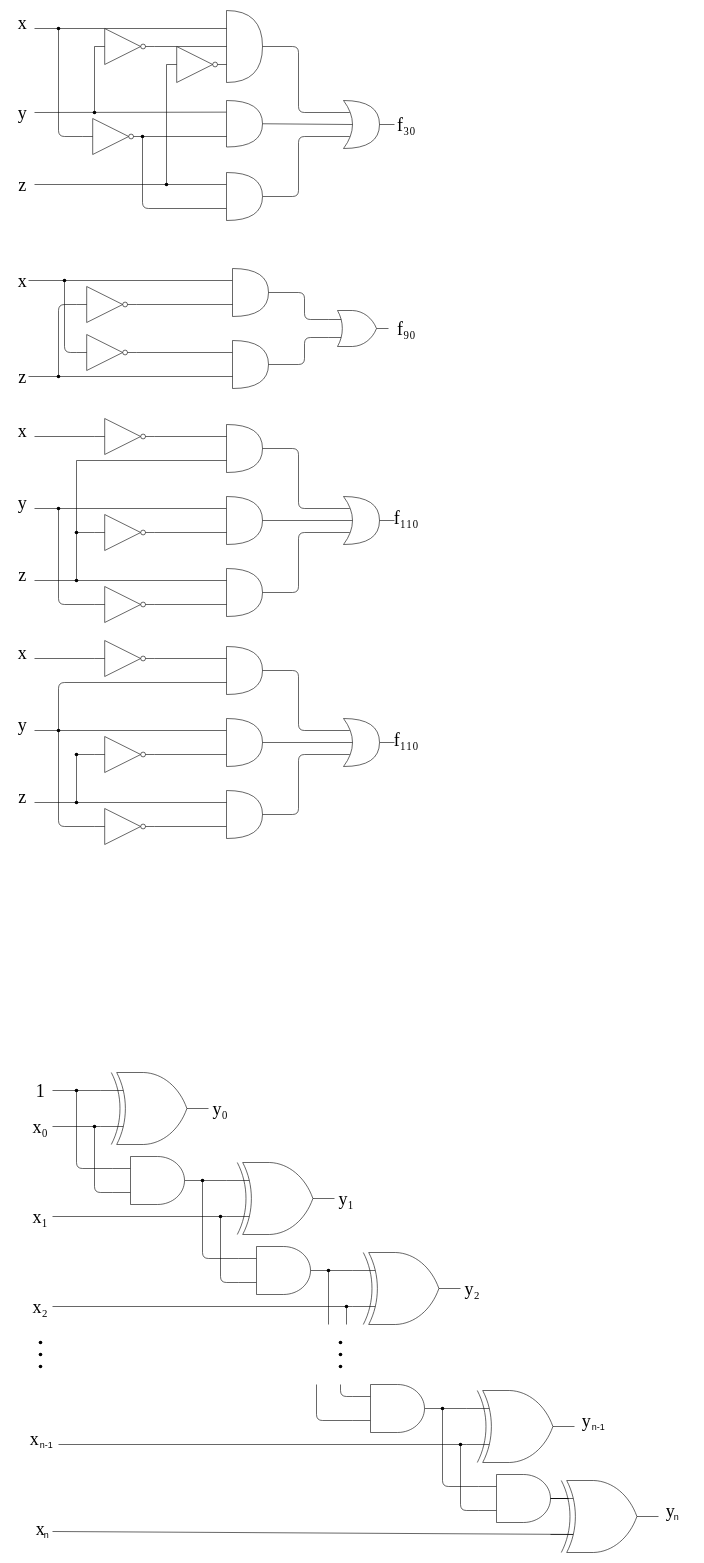
Earlier version of the draw.io diagram L演習2.drawio (PoriPoriPori/Pori). Source tidied: cells renumbered, new cells numbered last; positions are measured from the earlier drawing's top-left corner, leaving out a move shared by most shapes. Both pictures are drawn from the tidied source at 60%, with x=0, y=0 at pixel (10, 10).
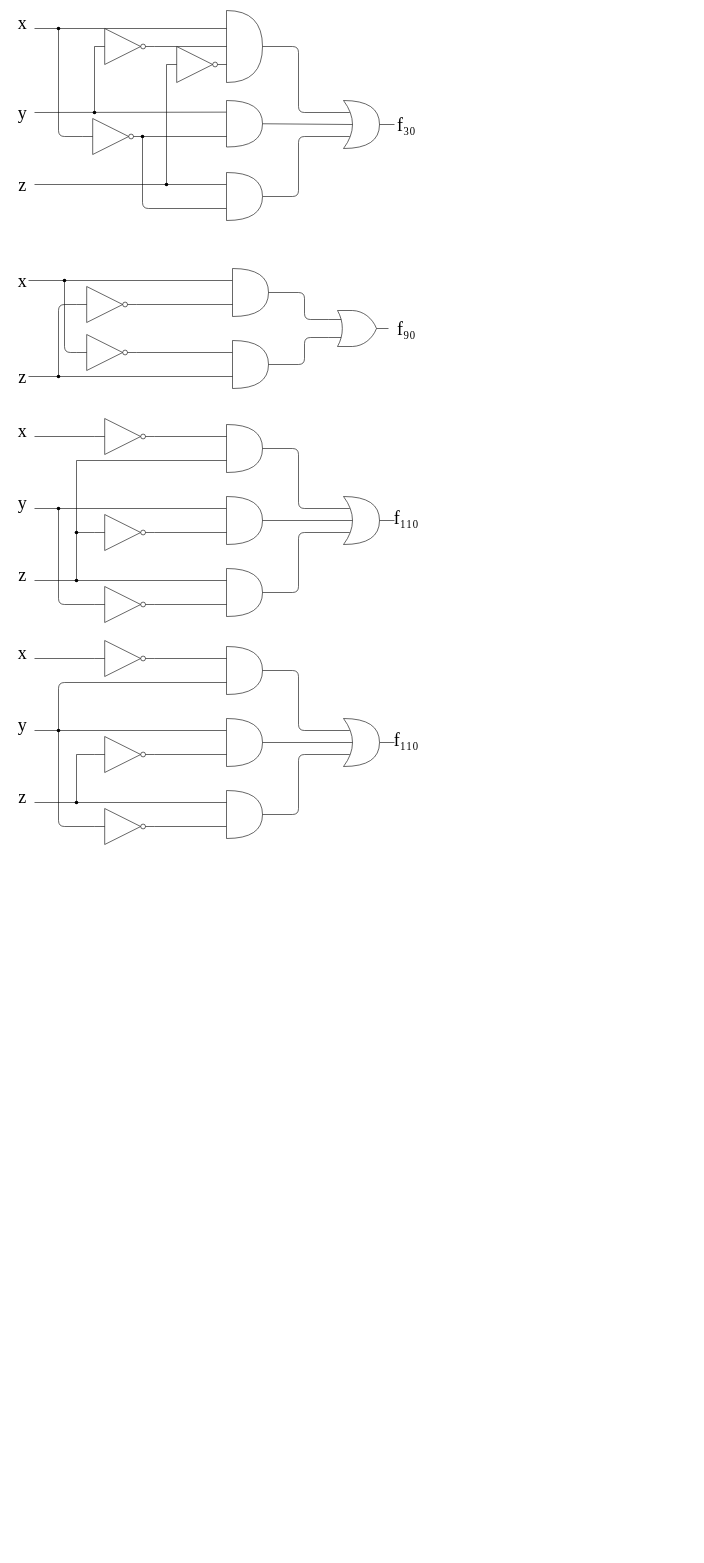
The same diagram, later.

The edit, as a diff of the source:
```diff
@@
-    <mxCell id="2" style="group;" parent="1" vertex="1">
-      <mxGeometry x="20" y="1770" width="1120" height="800" as="geometry" />
-    </mxCell>
-    <mxCell id="3" value="&lt;font style=&quot;font-size: 30px&quot; face=&quot;Times New Roman&quot;&gt;x₀&lt;/font&gt;" style="text;html=1;strokeColor=none;fillColor=none;align=center;verticalAlign=middle;whiteSpace=wrap;rounded=0;shadow=0;sketch=0;" parent="2" vertex="1">
-      <mxGeometry x="10" y="80" width="40" height="20" as="geometry" />
-    </mxCell>
-    <mxCell id="4" value="&lt;font style=&quot;font-size: 30px&quot; face=&quot;Times New Roman&quot;&gt;1&lt;/font&gt;" style="text;html=1;strokeColor=none;fillColor=none;align=center;verticalAlign=middle;whiteSpace=wrap;rounded=0;shadow=0;sketch=0;" parent="2" vertex="1">
-      <mxGeometry x="10" y="20" width="40" height="20" as="geometry" />
-    </mxCell>
-    <mxCell id="5" style="endArrow=none;html=1;exitX=1;exitY=0.5;exitDx=0;exitDy=0;entryDx=0;entryDy=0;entryPerimeter=0;" parent="2" edge="1" source="4" target="13">
-      <mxGeometry relative="1" as="geometry" />
-    </mxCell>
-    <mxCell id="6" style="group;" parent="2" vertex="1">
-      <mxGeometry x="70" width="330" height="280" as="geometry" />
-    </mxCell>
-    <mxCell id="7" style="group;" parent="6" vertex="1">
-      <mxGeometry x="20" width="310" height="280" as="geometry" />
-    </mxCell>
-    <mxCell id="8" style="group;" parent="7" vertex="1">
-      <mxGeometry x="40" width="220" height="220" as="geometry" />
-    </mxCell>
-    <mxCell id="9" style="verticalLabelPosition=bottom;shadow=0;dashed=0;align=center;html=1;verticalAlign=top;shape=mxgraph.electrical.logic_gates.logic_gate;operation=xor;" parent="8" vertex="1">
-      <mxGeometry width="180" height="120" as="geometry" />
-    </mxCell>
-    <mxCell id="10" value="&lt;font style=&quot;font-size: 30px&quot; face=&quot;Times New Roman&quot;&gt;y₀&lt;/font&gt;" style="text;html=1;strokeColor=none;fillColor=none;align=center;verticalAlign=middle;whiteSpace=wrap;rounded=0;shadow=0;sketch=0;" parent="8" vertex="1">
-      <mxGeometry x="180" y="50" width="40" height="20" as="geometry" />
-    </mxCell>
-    <mxCell id="11" style="verticalLabelPosition=bottom;shadow=0;dashed=0;align=center;html=1;verticalAlign=top;shape=mxgraph.electrical.logic_gates.logic_gate;operation=and;" parent="8" vertex="1">
-      <mxGeometry x="20" y="140" width="150" height="80" as="geometry" />
-    </mxCell>
-    <mxCell id="12" style="group;" parent="6" vertex="1">
-      <mxGeometry y="10" width="40" height="150" as="geometry" />
-    </mxCell>
-    <mxCell id="13" style="shape=waypoint;sketch=0;fillStyle=solid;size=6;points=[];fillColor=none;perimeter=centerPerimeter;snapToPoint=1;" parent="12" vertex="1">
-      <mxGeometry width="40" height="40" as="geometry" />
-    </mxCell>
-    <mxCell id="14" style="endArrow=none;html=1;exitDx=0;exitDy=0;entryX=0;entryY=0.25;entryDx=0;entryDy=0;entryPerimeter=0;startArrow=none;" parent="6" edge="1" source="13" target="9">
-      <mxGeometry relative="1" as="geometry" />
-    </mxCell>
-    <mxCell id="15" style="endArrow=none;html=1;exitX=0;exitY=0.25;exitDx=0;exitDy=0;exitPerimeter=0;entryX=0.475;entryY=0.65;entryDx=0;entryDy=0;entryPerimeter=0;" parent="6" edge="1" source="11" target="13">
-      <mxGeometry relative="1" as="geometry">
-        <Array as="points">
-          <mxPoint x="20" y="160" />
-        </Array>
-      </mxGeometry>
-    </mxCell>
-    <mxCell id="16" style="endArrow=none;html=1;entryDx=0;entryDy=0;entryPerimeter=0;exitX=1;exitY=0.5;exitDx=0;exitDy=0;" parent="2" edge="1" source="3" target="18">
-      <mxGeometry relative="1" as="geometry" />
-    </mxCell>
-    <mxCell id="17" style="group;" parent="2" vertex="1">
-      <mxGeometry x="100" y="70" width="40" height="130" as="geometry" />
-    </mxCell>
-    <mxCell id="18" style="shape=waypoint;sketch=0;fillStyle=solid;size=6;points=[];fillColor=none;perimeter=centerPerimeter;snapToPoint=1;" parent="17" vertex="1">
-      <mxGeometry width="40" height="40" as="geometry" />
-    </mxCell>
-    <mxCell id="19" style="endArrow=none;html=1;entryX=0;entryY=0.75;entryDx=0;entryDy=0;entryPerimeter=0;exitDx=0;exitDy=0;startArrow=none;" parent="2" edge="1" source="18" target="9">
-      <mxGeometry relative="1" as="geometry" />
-    </mxCell>
-    <mxCell id="20" style="endArrow=none;html=1;exitX=0;exitY=0.75;exitDx=0;exitDy=0;exitPerimeter=0;entryX=0.475;entryY=0.65;entryDx=0;entryDy=0;entryPerimeter=0;" parent="2" edge="1" source="11" target="18">
-      <mxGeometry relative="1" as="geometry">
-        <Array as="points">
-          <mxPoint x="120" y="200" />
-        </Array>
-      </mxGeometry>
-    </mxCell>
-    <mxCell id="21" style="group;" parent="2" vertex="1">
-      <mxGeometry x="280" y="160" width="40" height="150" as="geometry" />
-    </mxCell>
-    <mxCell id="22" style="shape=waypoint;sketch=0;fillStyle=solid;size=6;points=[];fillColor=none;perimeter=centerPerimeter;snapToPoint=1;" parent="21" vertex="1">
-      <mxGeometry width="40" height="40" as="geometry" />
-    </mxCell>
-    <mxCell id="23" style="endArrow=none;html=1;entryX=0.6;entryY=0.525;entryDx=0;entryDy=0;entryPerimeter=0;" parent="2" edge="1" target="32">
-      <mxGeometry relative="1" as="geometry">
-        <mxPoint x="50" y="240" as="sourcePoint" />
-      </mxGeometry>
-    </mxCell>
-    <mxCell id="24" value="&lt;font style=&quot;font-size: 30px&quot; face=&quot;Times New Roman&quot;&gt;x₁&lt;/font&gt;" style="text;html=1;strokeColor=none;fillColor=none;align=center;verticalAlign=middle;whiteSpace=wrap;rounded=0;shadow=0;sketch=0;" parent="2" vertex="1">
-      <mxGeometry x="10" y="230" width="40" height="20" as="geometry" />
-    </mxCell>
-    <mxCell id="25" style="group;" parent="2" vertex="1">
-      <mxGeometry x="300" y="150" width="260" height="220" as="geometry" />
-    </mxCell>
-    <mxCell id="26" style="group;" parent="25" vertex="1">
-      <mxGeometry x="40" width="220" height="220" as="geometry" />
-    </mxCell>
-    <mxCell id="27" value="&lt;font style=&quot;font-size: 30px&quot; face=&quot;Times New Roman&quot;&gt;y₁&lt;/font&gt;" style="text;html=1;strokeColor=none;fillColor=none;align=center;verticalAlign=middle;whiteSpace=wrap;rounded=0;shadow=0;sketch=0;" parent="26" vertex="1">
-      <mxGeometry x="180" y="50" width="40" height="20" as="geometry" />
-    </mxCell>
-    <mxCell id="28" style="group;" parent="26" vertex="1">
-      <mxGeometry width="180" height="220" as="geometry" />
-    </mxCell>
-    <mxCell id="29" style="verticalLabelPosition=bottom;shadow=0;dashed=0;align=center;html=1;verticalAlign=top;shape=mxgraph.electrical.logic_gates.logic_gate;operation=xor;" parent="28" vertex="1">
-      <mxGeometry width="180" height="120" as="geometry" />
-    </mxCell>
-    <mxCell id="30" style="verticalLabelPosition=bottom;shadow=0;dashed=0;align=center;html=1;verticalAlign=top;shape=mxgraph.electrical.logic_gates.logic_gate;operation=and;" parent="28" vertex="1">
-      <mxGeometry x="20" y="140" width="150" height="80" as="geometry" />
-    </mxCell>
-    <mxCell id="31" style="group;" parent="25" vertex="1">
-      <mxGeometry x="10" y="70" width="40" height="130" as="geometry" />
-    </mxCell>
-    <mxCell id="32" style="shape=waypoint;sketch=0;fillStyle=solid;size=6;points=[];fillColor=none;perimeter=centerPerimeter;snapToPoint=1;" parent="31" vertex="1">
-      <mxGeometry width="40" height="40" as="geometry" />
-    </mxCell>
-    <mxCell id="33" style="endArrow=none;html=1;entryX=0;entryY=0.75;entryDx=0;entryDy=0;entryPerimeter=0;exitDx=0;exitDy=0;startArrow=none;" parent="25" edge="1" source="32" target="29">
-      <mxGeometry relative="1" as="geometry" />
-    </mxCell>
-    <mxCell id="34" style="endArrow=none;html=1;exitX=0;exitY=0.75;exitDx=0;exitDy=0;exitPerimeter=0;entryX=0.475;entryY=0.65;entryDx=0;entryDy=0;entryPerimeter=0;" parent="25" edge="1" source="30" target="32">
-      <mxGeometry relative="1" as="geometry">
-        <Array as="points">
-          <mxPoint x="30" y="200" />
-        </Array>
-      </mxGeometry>
-    </mxCell>
-    <mxCell id="35" style="endArrow=none;html=1;" parent="25" edge="1" source="29">
-      <mxGeometry relative="1" as="geometry">
-        <mxPoint x="190" as="targetPoint" />
-      </mxGeometry>
-    </mxCell>
-    <mxCell id="36" style="group;" parent="2" vertex="1">
-      <mxGeometry x="490" y="310" width="40" height="150" as="geometry" />
-    </mxCell>
-    <mxCell id="37" style="shape=waypoint;sketch=0;fillStyle=solid;size=6;points=[];fillColor=none;perimeter=centerPerimeter;snapToPoint=1;" parent="36" vertex="1">
-      <mxGeometry width="40" height="40" as="geometry" />
-    </mxCell>
-    <mxCell id="38" style="endArrow=none;html=1;exitDx=0;exitDy=0;entryX=0;entryY=0.25;entryDx=0;entryDy=0;entryPerimeter=0;startArrow=none;" parent="2" edge="1" source="37" target="57">
-      <mxGeometry relative="1" as="geometry" />
-    </mxCell>
-    <mxCell id="39" style="endArrow=none;html=1;entryX=0.626;entryY=0.456;entryDx=0;entryDy=0;entryPerimeter=0;" parent="2" edge="1" target="42">
-      <mxGeometry relative="1" as="geometry">
-        <mxPoint x="50" y="390" as="sourcePoint" />
-      </mxGeometry>
-    </mxCell>
-    <mxCell id="40" value="&lt;font style=&quot;font-size: 30px&quot; face=&quot;Times New Roman&quot;&gt;x₂&lt;/font&gt;" style="text;html=1;strokeColor=none;fillColor=none;align=center;verticalAlign=middle;whiteSpace=wrap;rounded=0;shadow=0;sketch=0;" parent="2" vertex="1">
-      <mxGeometry x="10" y="380" width="40" height="20" as="geometry" />
-    </mxCell>
-    <mxCell id="41" style="group;" parent="2" vertex="1">
-      <mxGeometry x="520" y="370" width="40" height="130" as="geometry" />
-    </mxCell>
-    <mxCell id="42" style="shape=waypoint;sketch=0;fillStyle=solid;size=6;points=[];fillColor=none;perimeter=centerPerimeter;snapToPoint=1;" parent="41" vertex="1">
-      <mxGeometry width="40" height="40" as="geometry" />
-    </mxCell>
-    <mxCell id="43" style="endArrow=none;html=1;entryX=0;entryY=0.75;entryDx=0;entryDy=0;entryPerimeter=0;exitDx=0;exitDy=0;startArrow=none;" parent="2" edge="1" source="42" target="57">
-      <mxGeometry x="510" y="300" as="geometry" />
-    </mxCell>
-    <mxCell id="44" style="endArrow=none;html=1;" parent="2" edge="1" source="57">
-      <mxGeometry x="510" y="300" as="geometry">
-        <mxPoint x="700" y="300" as="targetPoint" />
-      </mxGeometry>
-    </mxCell>
-    <mxCell id="45" style="endArrow=none;html=1;" parent="2" edge="1" target="37">
-      <mxGeometry relative="1" as="geometry">
-        <mxPoint x="510" y="420" as="sourcePoint" />
-      </mxGeometry>
-    </mxCell>
-    <mxCell id="46" style="endArrow=none;html=1;entryX=0.389;entryY=0.386;entryDx=0;entryDy=0;entryPerimeter=0;" parent="2" edge="1" target="42">
-      <mxGeometry relative="1" as="geometry">
-        <mxPoint x="540" y="420" as="sourcePoint" />
-      </mxGeometry>
-    </mxCell>
-    <mxCell id="47" style="group;" parent="2" vertex="1">
-      <mxGeometry x="10" y="430" width="40" height="80" as="geometry" />
-    </mxCell>
-    <mxCell id="48" style="shape=waypoint;sketch=0;fillStyle=solid;size=6;fillColor=none;perimeter=centerPerimeter;" parent="47" vertex="1">
-      <mxGeometry width="40" height="40" as="geometry" />
-    </mxCell>
-    <mxCell id="49" style="shape=waypoint;sketch=0;fillStyle=solid;size=6;fillColor=none;perimeter=centerPerimeter;" parent="47" vertex="1">
-      <mxGeometry y="20" width="40" height="40" as="geometry" />
-    </mxCell>
-    <mxCell id="50" style="shape=waypoint;sketch=0;fillStyle=solid;size=6;fillColor=none;perimeter=centerPerimeter;" parent="47" vertex="1">
-      <mxGeometry y="40" width="40" height="40" as="geometry" />
-    </mxCell>
-    <mxCell id="51" style="group;" parent="2" vertex="1">
-      <mxGeometry x="510" y="430" width="40" height="80" as="geometry" />
-    </mxCell>
-    <mxCell id="52" style="shape=waypoint;sketch=0;fillStyle=solid;size=6;fillColor=none;perimeter=centerPerimeter;" parent="51" vertex="1">
-      <mxGeometry width="40" height="40" as="geometry" />
-    </mxCell>
-    <mxCell id="53" style="shape=waypoint;sketch=0;fillStyle=solid;size=6;fillColor=none;perimeter=centerPerimeter;" parent="51" vertex="1">
-      <mxGeometry y="20" width="40" height="40" as="geometry" />
-    </mxCell>
-    <mxCell id="54" style="shape=waypoint;sketch=0;fillStyle=solid;size=6;fillColor=none;perimeter=centerPerimeter;" parent="51" vertex="1">
-      <mxGeometry y="40" width="40" height="40" as="geometry" />
-    </mxCell>
-    <mxCell id="55" style="endArrow=none;html=1;exitDx=0;exitDy=0;entryX=0;entryY=0.25;entryDx=0;entryDy=0;entryPerimeter=0;startArrow=none;" parent="2" edge="1" source="22" target="29">
-      <mxGeometry relative="1" as="geometry" />
-    </mxCell>
-    <mxCell id="56" style="endArrow=none;html=1;exitX=0;exitY=0.25;exitDx=0;exitDy=0;exitPerimeter=0;entryX=0.475;entryY=0.65;entryDx=0;entryDy=0;entryPerimeter=0;" parent="2" edge="1" source="30" target="22">
-      <mxGeometry relative="1" as="geometry">
-        <Array as="points">
-          <mxPoint x="300" y="310" />
-        </Array>
-      </mxGeometry>
-    </mxCell>
-    <mxCell id="57" style="verticalLabelPosition=bottom;shadow=0;dashed=0;align=center;html=1;verticalAlign=top;shape=mxgraph.electrical.logic_gates.logic_gate;operation=xor;" parent="2" vertex="1">
-      <mxGeometry x="550" y="300" width="180" height="120" as="geometry" />
-    </mxCell>
-    <mxCell id="58" value="&lt;font style=&quot;font-size: 30px&quot; face=&quot;Times New Roman&quot;&gt;y₂&lt;/font&gt;" style="text;html=1;strokeColor=none;fillColor=none;align=center;verticalAlign=middle;whiteSpace=wrap;rounded=0;shadow=0;sketch=0;" parent="2" vertex="1">
-      <mxGeometry x="730" y="350" width="40" height="20" as="geometry" />
-    </mxCell>
-    <mxCell id="59" style="verticalLabelPosition=bottom;shadow=0;dashed=0;align=center;html=1;verticalAlign=top;shape=mxgraph.electrical.logic_gates.logic_gate;operation=and;" parent="2" vertex="1">
-      <mxGeometry x="550" y="520" width="150" height="80" as="geometry" />
-    </mxCell>
-    <mxCell id="60" style="group;" parent="2" vertex="1">
-      <mxGeometry x="680" y="540" width="40" height="150" as="geometry" />
-    </mxCell>
-    <mxCell id="61" style="shape=waypoint;sketch=0;fillStyle=solid;size=6;points=[];fillColor=none;perimeter=centerPerimeter;snapToPoint=1;" parent="60" vertex="1">
-      <mxGeometry width="40" height="40" as="geometry" />
-    </mxCell>
-    <mxCell id="62" style="group;" parent="2" vertex="1">
-      <mxGeometry x="700" y="530" width="260" height="220" as="geometry" />
-    </mxCell>
-    <mxCell id="63" style="group;" parent="62" vertex="1">
-      <mxGeometry x="40" width="220" height="220" as="geometry" />
-    </mxCell>
-    <mxCell id="64" style="group;" parent="63" vertex="1">
-      <mxGeometry width="180" height="220" as="geometry" />
-    </mxCell>
-    <mxCell id="65" style="verticalLabelPosition=bottom;shadow=0;dashed=0;align=center;html=1;verticalAlign=top;shape=mxgraph.electrical.logic_gates.logic_gate;operation=xor;" parent="64" vertex="1">
-      <mxGeometry width="180" height="120" as="geometry" />
-    </mxCell>
-    <mxCell id="66" style="verticalLabelPosition=bottom;shadow=0;dashed=0;align=center;html=1;verticalAlign=top;shape=mxgraph.electrical.logic_gates.logic_gate;operation=and;" parent="64" vertex="1">
-      <mxGeometry x="20" y="140" width="150" height="80" as="geometry" />
-    </mxCell>
-    <mxCell id="67" style="group;" parent="62" vertex="1">
-      <mxGeometry x="10" y="70" width="40" height="130" as="geometry" />
-    </mxCell>
-    <mxCell id="68" style="shape=waypoint;sketch=0;fillStyle=solid;size=6;points=[];fillColor=none;perimeter=centerPerimeter;snapToPoint=1;" parent="67" vertex="1">
-      <mxGeometry width="40" height="40" as="geometry" />
-    </mxCell>
-    <mxCell id="69" style="endArrow=none;html=1;entryX=0;entryY=0.75;entryDx=0;entryDy=0;entryPerimeter=0;exitDx=0;exitDy=0;startArrow=none;" parent="62" edge="1" source="68" target="65">
-      <mxGeometry relative="1" as="geometry" />
-    </mxCell>
-    <mxCell id="70" style="endArrow=none;html=1;exitX=0;exitY=0.75;exitDx=0;exitDy=0;exitPerimeter=0;entryX=0.475;entryY=0.65;entryDx=0;entryDy=0;entryPerimeter=0;" parent="62" edge="1" source="66" target="68">
-      <mxGeometry relative="1" as="geometry">
-        <Array as="points">
-          <mxPoint x="30" y="200" />
-        </Array>
-      </mxGeometry>
-    </mxCell>
-    <mxCell id="71" style="endArrow=none;html=1;" parent="62" edge="1" source="65">
-      <mxGeometry relative="1" as="geometry">
-        <mxPoint x="190" as="targetPoint" />
-      </mxGeometry>
-    </mxCell>
-    <mxCell id="72" style="endArrow=none;html=1;exitDx=0;exitDy=0;entryX=0;entryY=0.25;entryDx=0;entryDy=0;entryPerimeter=0;startArrow=none;" parent="2" edge="1" target="74">
-      <mxGeometry x="410" y="300" as="geometry">
-        <mxPoint x="910" y="710" as="sourcePoint" />
-      </mxGeometry>
-    </mxCell>
-    <mxCell id="73" style="endArrow=none;html=1;entryX=0.626;entryY=0.456;entryDx=0;entryDy=0;entryPerimeter=0;exitX=1;exitY=0.25;exitDx=0;exitDy=0;" parent="2" edge="1">
-      <mxGeometry x="410" y="300" as="geometry">
-        <mxPoint x="50" y="765" as="sourcePoint" />
-        <mxPoint x="940" y="770" as="targetPoint" />
-      </mxGeometry>
-    </mxCell>
-    <mxCell id="74" style="verticalLabelPosition=bottom;shadow=0;dashed=0;align=center;html=1;verticalAlign=top;shape=mxgraph.electrical.logic_gates.logic_gate;operation=xor;" parent="2" vertex="1">
-      <mxGeometry x="880" y="680" width="180" height="120" as="geometry" />
-    </mxCell>
-    <mxCell id="75" style="endArrow=none;html=1;exitDx=0;exitDy=0;entryX=0;entryY=0.25;entryDx=0;entryDy=0;entryPerimeter=0;startArrow=none;" parent="2" edge="1" source="61" target="65">
-      <mxGeometry x="410" y="300" as="geometry" />
-    </mxCell>
-    <mxCell id="76" style="endArrow=none;html=1;exitX=0;exitY=0.25;exitDx=0;exitDy=0;exitPerimeter=0;entryX=0.475;entryY=0.65;entryDx=0;entryDy=0;entryPerimeter=0;" parent="2" edge="1" source="66" target="61">
-      <mxGeometry x="410" y="300" as="geometry">
-        <Array as="points">
-          <mxPoint x="700" y="690" />
-        </Array>
-      </mxGeometry>
-    </mxCell>
-    <mxCell id="77" style="endArrow=none;html=1;entryX=0;entryY=0.25;entryDx=0;entryDy=0;entryPerimeter=0;" parent="2" edge="1" target="59">
-      <mxGeometry relative="1" as="geometry">
-        <mxPoint x="530" y="520" as="sourcePoint" />
-        <Array as="points">
-          <mxPoint x="530" y="540" />
-        </Array>
-      </mxGeometry>
-    </mxCell>
-    <mxCell id="78" style="endArrow=none;html=1;entryX=0;entryY=0.75;entryDx=0;entryDy=0;entryPerimeter=0;" parent="2" edge="1" target="59">
-      <mxGeometry relative="1" as="geometry">
-        <mxPoint x="490" y="520" as="sourcePoint" />
-        <Array as="points">
-          <mxPoint x="490" y="580" />
-        </Array>
-      </mxGeometry>
-    </mxCell>
-    <mxCell id="79" style="group;" parent="2" vertex="1">
-      <mxGeometry y="600" width="60" height="30" as="geometry" />
-    </mxCell>
-    <mxCell id="80" value="&lt;font style=&quot;font-size: 30px&quot; face=&quot;Times New Roman&quot;&gt;x&lt;/font&gt;" style="text;html=1;strokeColor=none;fillColor=none;align=center;verticalAlign=middle;whiteSpace=wrap;rounded=0;shadow=0;sketch=0;" parent="79" vertex="1">
-      <mxGeometry width="40" height="20" as="geometry" />
-    </mxCell>
-    <mxCell id="81" value="&lt;font style=&quot;font-size: 15px&quot;&gt;n-1&lt;/font&gt;" style="text;html=1;strokeColor=none;fillColor=none;align=center;verticalAlign=middle;whiteSpace=wrap;rounded=0;" parent="79" vertex="1">
-      <mxGeometry x="20" y="10" width="40" height="20" as="geometry" />
-    </mxCell>
-    <mxCell id="82" style="endArrow=none;html=1;entryX=0.6;entryY=0.525;entryDx=0;entryDy=0;entryPerimeter=0;exitX=1;exitY=0.5;exitDx=0;exitDy=0;" parent="2" edge="1" source="81" target="68">
-      <mxGeometry x="410" y="300" as="geometry" />
-    </mxCell>
-    <mxCell id="83" style="group;" parent="2" vertex="1">
-      <mxGeometry y="750" width="60" height="30" as="geometry" />
-    </mxCell>
-    <mxCell id="84" style="group;" parent="83" vertex="1">
-      <mxGeometry x="10" width="50" height="30" as="geometry" />
-    </mxCell>
-    <mxCell id="85" value="&lt;font style=&quot;font-size: 30px&quot; face=&quot;Times New Roman&quot;&gt;x&lt;/font&gt;" style="text;html=1;strokeColor=none;fillColor=none;align=center;verticalAlign=middle;whiteSpace=wrap;rounded=0;shadow=0;sketch=0;" parent="84" vertex="1">
-      <mxGeometry width="40" height="20" as="geometry" />
-    </mxCell>
-    <mxCell id="86" value="&lt;font style=&quot;font-size: 15px&quot;&gt;n&lt;/font&gt;" style="text;html=1;strokeColor=none;fillColor=none;align=center;verticalAlign=middle;whiteSpace=wrap;rounded=0;" parent="84" vertex="1">
-      <mxGeometry x="10" y="10" width="40" height="20" as="geometry" />
-    </mxCell>
-    <mxCell id="87" style="group;" parent="2" vertex="1">
-      <mxGeometry x="920" y="570" width="60" height="30" as="geometry" />
-    </mxCell>
-    <mxCell id="88" value="&lt;font style=&quot;font-size: 30px&quot; face=&quot;Times New Roman&quot;&gt;y&lt;/font&gt;" style="text;html=1;strokeColor=none;fillColor=none;align=center;verticalAlign=middle;whiteSpace=wrap;rounded=0;shadow=0;sketch=0;" parent="87" vertex="1">
-      <mxGeometry width="40" height="20" as="geometry" />
-    </mxCell>
-    <mxCell id="89" value="&lt;font style=&quot;font-size: 15px&quot;&gt;n-1&lt;/font&gt;" style="text;html=1;strokeColor=none;fillColor=none;align=center;verticalAlign=middle;whiteSpace=wrap;rounded=0;" parent="87" vertex="1">
-      <mxGeometry x="20" y="10" width="40" height="20" as="geometry" />
-    </mxCell>
-    <mxCell id="90" style="group;" parent="2" vertex="1">
-      <mxGeometry x="1060" y="720" width="60" height="30" as="geometry" />
-    </mxCell>
-    <mxCell id="91" value="&lt;font style=&quot;font-size: 30px&quot; face=&quot;Times New Roman&quot;&gt;y&lt;/font&gt;" style="text;html=1;strokeColor=none;fillColor=none;align=center;verticalAlign=middle;whiteSpace=wrap;rounded=0;shadow=0;sketch=0;" parent="90" vertex="1">
-      <mxGeometry width="40" height="20" as="geometry" />
-    </mxCell>
-    <mxCell id="92" value="&lt;font style=&quot;font-size: 15px&quot;&gt;n&lt;/font&gt;" style="text;html=1;strokeColor=none;fillColor=none;align=center;verticalAlign=middle;whiteSpace=wrap;rounded=0;" parent="90" vertex="1">
-      <mxGeometry x="10" y="10" width="40" height="20" as="geometry" />
-    </mxCell>
@@
-    <mxCell id="203" style="shape=waypoint;sketch=0;fillStyle=solid;size=6;points=[];fillColor=none;perimeter=centerPerimeter;snapToPoint=1;" parent="1" vertex="1">
-      <mxGeometry x="90" y="1220" width="40" height="40" as="geometry" />
-    </mxCell>
-    <mxCell id="204" style="endArrow=none;html=1;" parent="1" edge="1" target="203">
+    <mxCell id="204" style="endArrow=none;html=1;" parent="1" edge="1">
       <mxGeometry y="1050" as="geometry">
         <mxPoint x="110" y="1320" as="sourcePoint" />
+        <mxPoint x="110" y="1240" as="targetPoint" />
       </mxGeometry>
     </mxCell>
```
